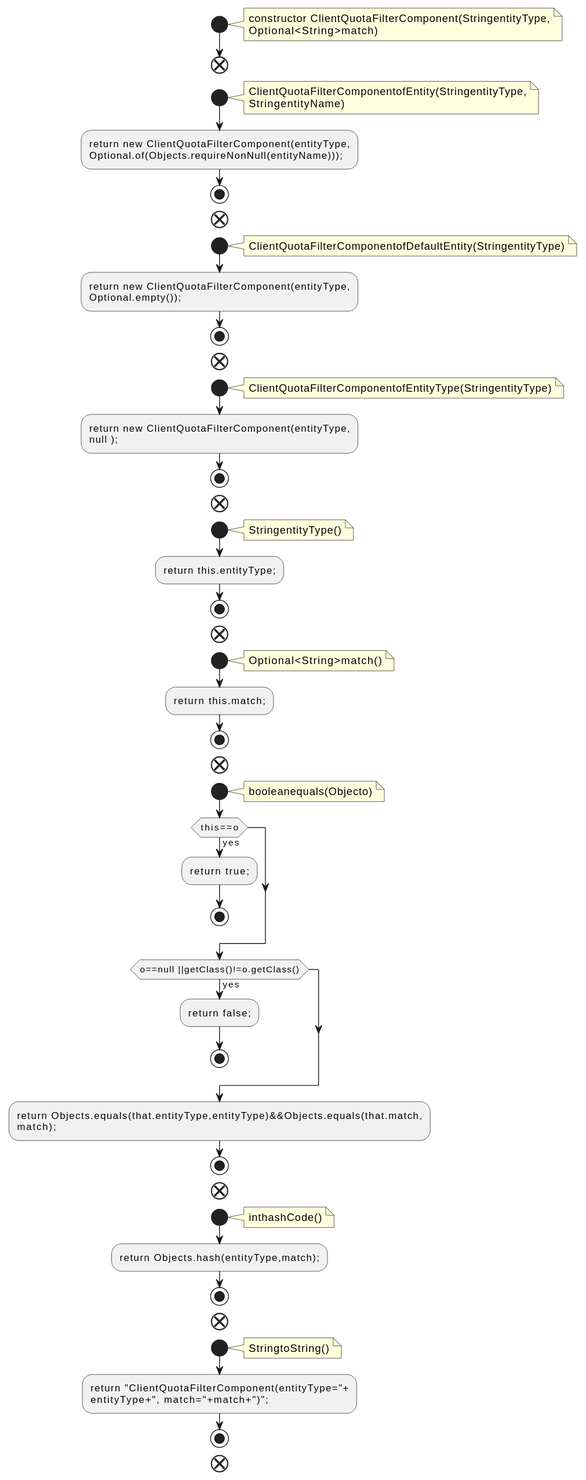
qualitesys/kafka keeps this PlantUML diagram as docs/qc/clients/src/main/java/org/apache/kafka/common/quota/ClientQuotaFilterComponent.java.fct.svg. Above is the earlier version.
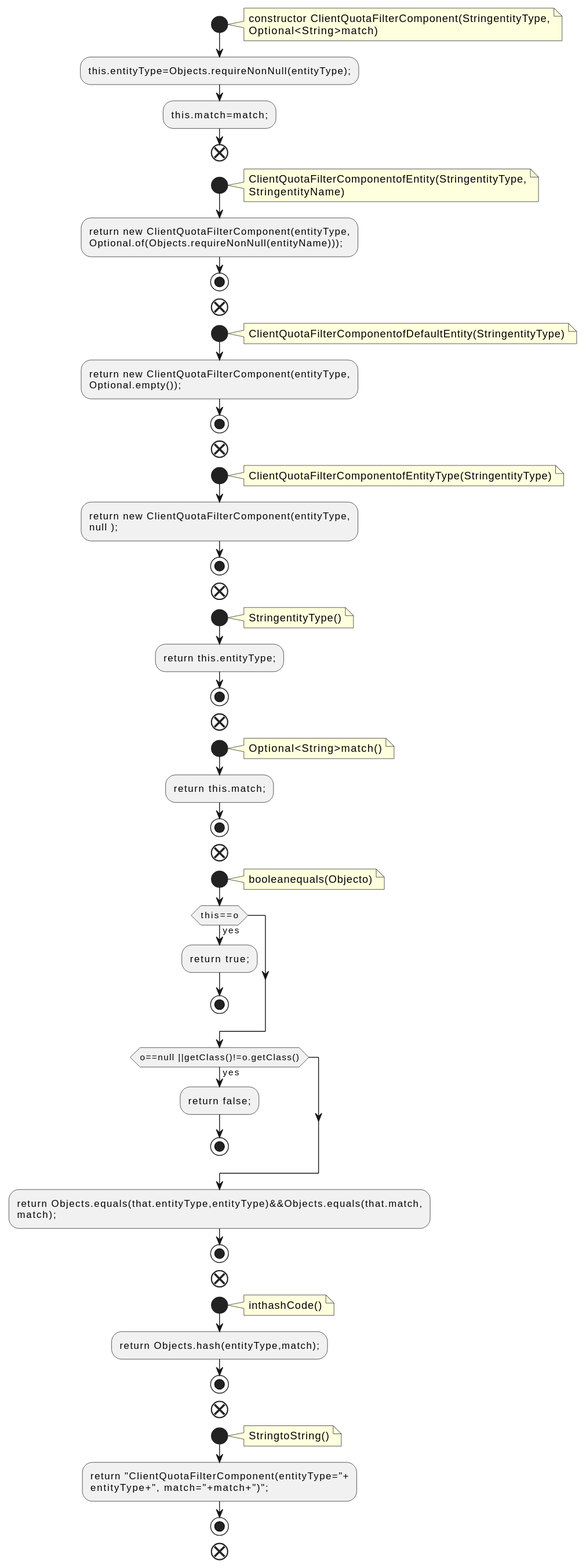
Above is the later version.

Change to the diagram source:
```diff
@@ -5,6 +5,8 @@
 constructor ClientQuotaFilterComponent(StringentityType,
 Optional<String>match)
 end note
+:this.entityType=Objects.requireNonNull(entityType);;
+:this.match=match;;
 end
 start
 note right
```
